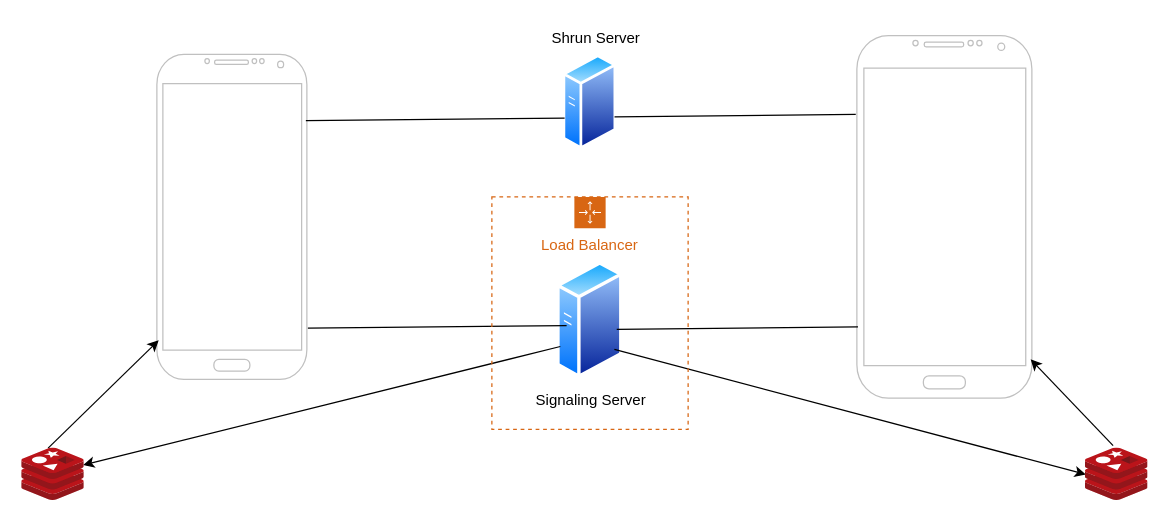
Above: Untitled Diagram.drawio in kmsanjar47/software-diagrams (draw.io), before the change. Source tidied: cells renumbered, new cells numbered last; positions are measured from the earlier drawing's top-left corner, leaving out a move shared by most shapes. Both pictures are drawn from the tidied source at 125%, with x=0, y=0 at pixel (21, 21).
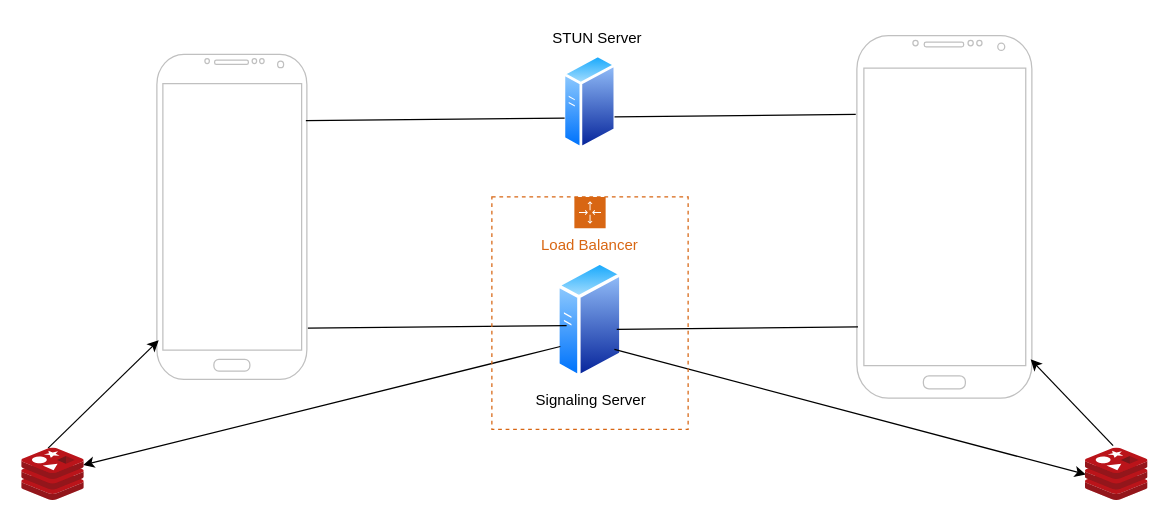
The same diagram, later.

What changed in the source:
```diff
@@
-    <mxCell id="16" value="Shrun Server" style="text;html=1;align=center;verticalAlign=middle;strokeColor=none;fillColor=none;" parent="1" vertex="1">
-      <mxGeometry x="414" width="89" height="26" as="geometry" />
+    <mxCell id="16" value="STUN Server" style="text;html=1;align=center;verticalAlign=middle;strokeColor=none;fillColor=none;" parent="1" vertex="1">
+      <mxGeometry x="415" width="89" height="26" as="geometry" />
     </mxCell>
```
